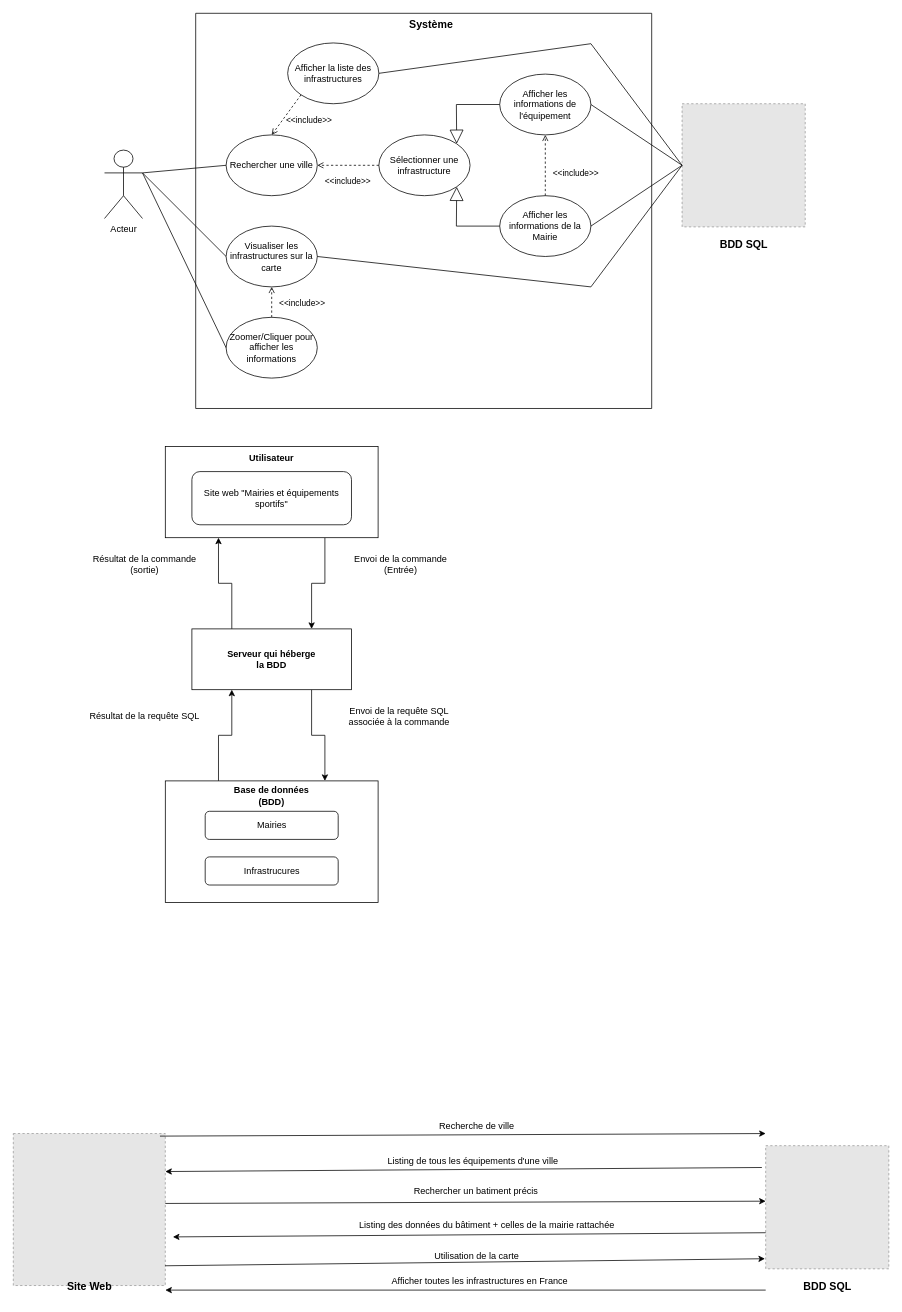
This is Diagramme sans nom.drawio from JeanLannes/Projet-De-Logiciel, a draw.io file, before an edit. Source tidied: cells renumbered, new cells numbered last; positions are measured from the earlier drawing's top-left corner, leaving out a move shared by most shapes. Both pictures are drawn from the tidied source at 76%, with x=0, y=0 at pixel (13, 13). Pictures stored in the file or linked from it are replaced by grey dashed boxes.
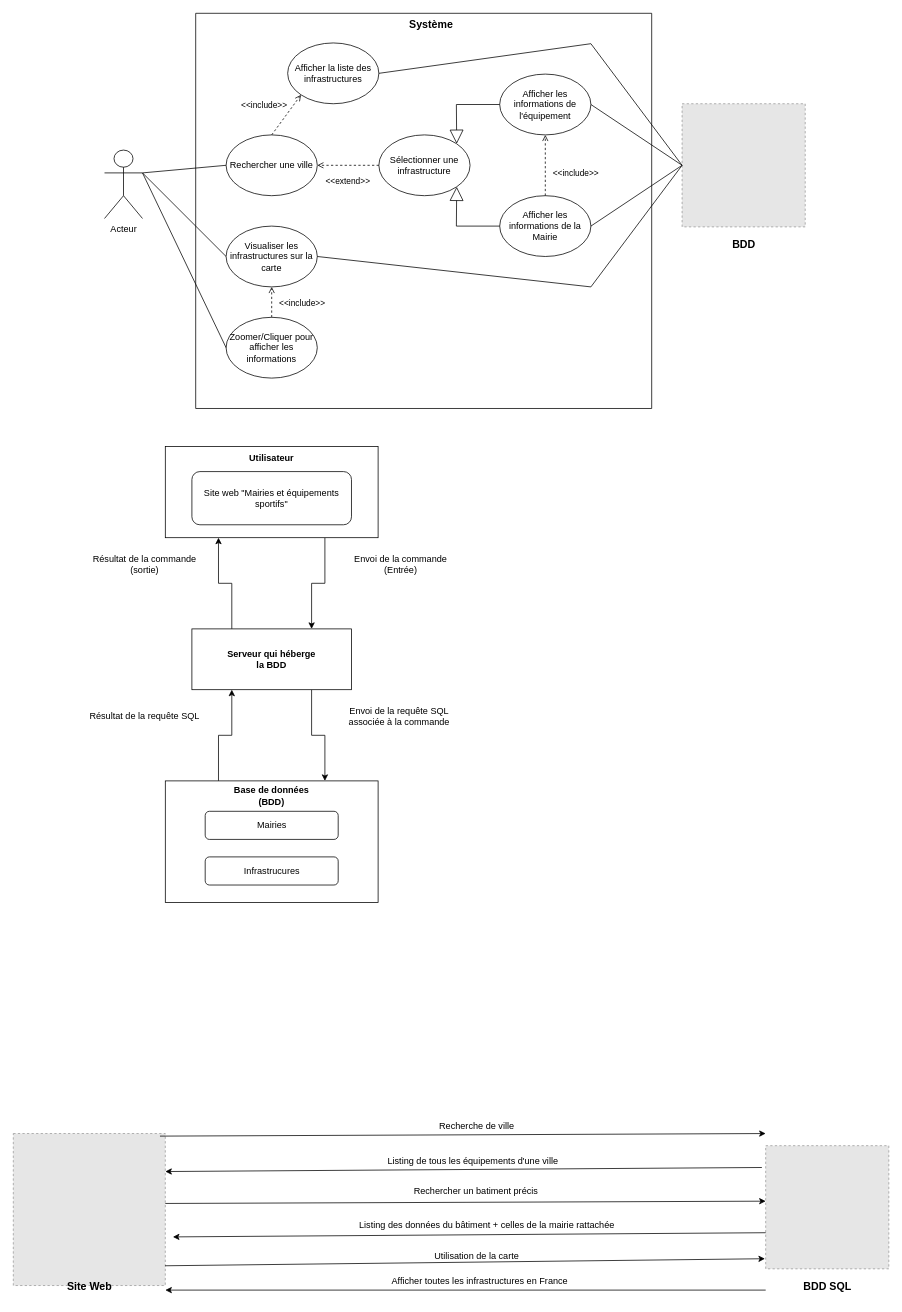
The same diagram, later.

Commit message:
Mettre à jour Diagramme sans nom.drawio

The change refers to these unchanged cells:
```xml
<mxCell id="7" value="Afficher la liste des infrastructures" style="ellipse;whiteSpace=wrap;html=1;" parent="1" vertex="1">
  <mxGeometry x="361" y="39" width="120" height="80" as="geometry" />
</mxCell>
<mxCell id="8" value="Rechercher une ville" style="ellipse;whiteSpace=wrap;html=1;" parent="1" vertex="1">
  <mxGeometry x="280" y="160" width="120" height="80" as="geometry" />
</mxCell>
<mxCell id="11" value="Sélectionner une infrastructure" style="ellipse;whiteSpace=wrap;html=1;" parent="1" vertex="1">
  <mxGeometry x="481" y="160" width="120" height="80" as="geometry" />
</mxCell>
```

Diff of the diagram source:
```diff
@@
-    <mxCell id="15" value="&lt;font style=&quot;font-size: 14px;&quot;&gt;&lt;b&gt;BDD SQL&lt;/b&gt;&lt;/font&gt;" style="text;html=1;strokeColor=none;fillColor=none;align=center;verticalAlign=middle;whiteSpace=wrap;rounded=0;" parent="1" vertex="1">
+    <mxCell id="15" value="&lt;font style=&quot;font-size: 14px;&quot;&gt;&lt;b&gt;BDD&lt;/b&gt;&lt;/font&gt;" style="text;html=1;strokeColor=none;fillColor=none;align=center;verticalAlign=middle;whiteSpace=wrap;rounded=0;" parent="1" vertex="1">
       <mxGeometry x="906.5" y="289" width="109" height="30" as="geometry" />
     </mxCell>
@@
-    <mxCell id="20" value="&amp;lt;&amp;lt;include&amp;gt;&amp;gt;" style="html=1;verticalAlign=bottom;labelBackgroundColor=none;endArrow=open;endFill=0;dashed=1;rounded=0;entryX=0.5;entryY=0;entryDx=0;entryDy=0;exitX=0;exitY=1;exitDx=0;exitDy=0;" parent="1" edge="1" source="7" target="8">
-      <mxGeometry x="-0.15" y="34" relative="1" as="geometry" />
+    <mxCell id="20" value="&amp;lt;&amp;lt;include&amp;gt;&amp;gt;" style="html=1;verticalAlign=bottom;labelBackgroundColor=none;endArrow=open;endFill=0;dashed=1;rounded=0;entryX=0;entryY=1;entryDx=0;entryDy=0;exitX=0.5;exitY=0;exitDx=0;exitDy=0;" parent="1" edge="1" source="8" target="7">
+      <mxGeometry x="-0.44" y="26" relative="1" as="geometry" />
     </mxCell>
@@
-    <mxCell id="28" value="&amp;lt;&amp;lt;include&amp;gt;&amp;gt;" style="html=1;verticalAlign=bottom;labelBackgroundColor=none;endArrow=open;endFill=0;dashed=1;rounded=0;entryX=1;entryY=0.5;entryDx=0;entryDy=0;exitX=0;exitY=0.5;exitDx=0;exitDy=0;" parent="1" edge="1" source="11" target="8">
-      <mxGeometry x="0.01" y="30" relative="1" as="geometry" />
-    </mxCell>
@@
+    <mxCell id="28" value="&amp;lt;&amp;lt;extend&amp;gt;&amp;gt;" style="html=1;verticalAlign=bottom;labelBackgroundColor=none;endArrow=open;endFill=0;dashed=1;rounded=0;entryX=1;entryY=0.5;entryDx=0;entryDy=0;exitX=0;exitY=0.5;exitDx=0;exitDy=0;" parent="1" edge="1" source="11" target="8">
+      <mxGeometry x="0.01" y="30" relative="1" as="geometry" />
+    </mxCell>
```
